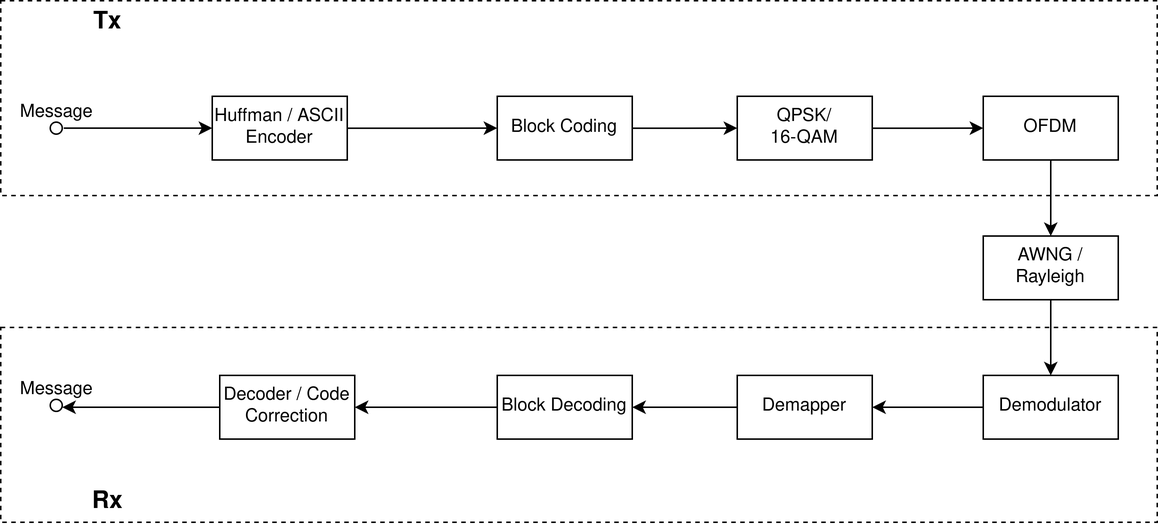
Above: report/Images/BlockDiagram.png in MartimAgostinho/TAC-Lab (draw.io), before the change. Source tidied: cells renumbered, new cells last; positions are measured from the earlier drawing's top-left corner, leaving out a move shared by most shapes.
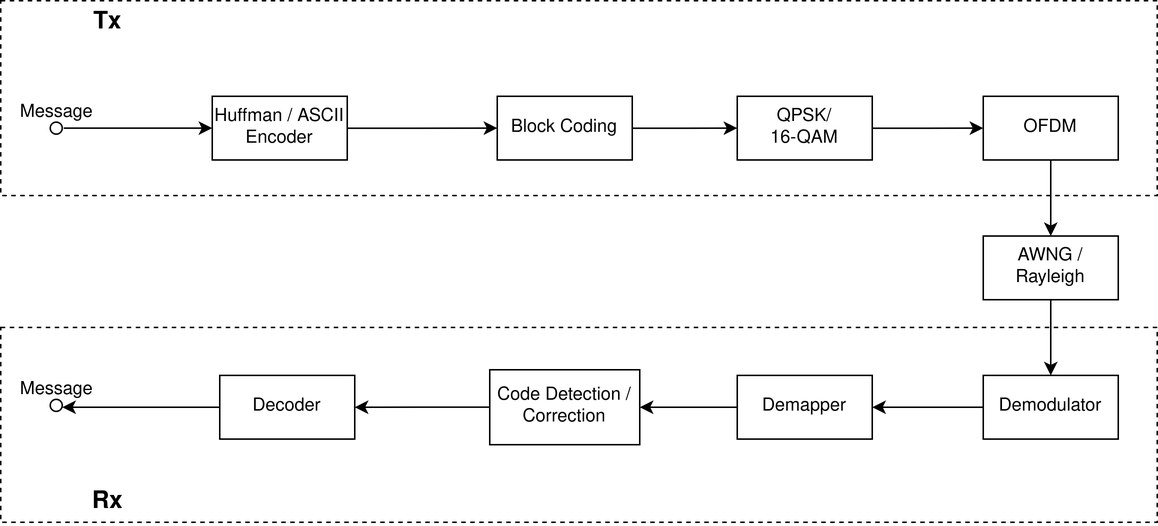
Later version of the same file.

The edit, as a diff of the source:
```diff
@@ -60,7 +60,7 @@
         <mxPoint x="41" y="271.2" as="targetPoint" />
       </mxGeometry>
     </mxCell>
-    <mxCell id="20" value="Decoder / Code Correction" style="rounded=0;whiteSpace=wrap;html=1;" parent="1" vertex="1">
+    <mxCell id="20" value="Decoder" style="rounded=0;whiteSpace=wrap;html=1;" parent="1" vertex="1">
       <mxGeometry x="146" y="250" width="90" height="42.5" as="geometry" />
     </mxCell>
     <mxCell id="21" style="verticalLabelPosition=bottom;shadow=0;dashed=0;align=center;html=1;verticalAlign=top;shape=mxgraph.electrical.logic_gates.inverting_contact;" parent="1" vertex="1">
@@ -84,8 +84,8 @@
     <mxCell id="27" style="edgeStyle=orthogonalEdgeStyle;rounded=0;jettySize=auto;html=1;" parent="1" edge="1" source="28" target="20">
       <mxGeometry relative="1" as="geometry" />
     </mxCell>
-    <mxCell id="28" value="Block Decoding" style="rounded=0;whiteSpace=wrap;html=1;" parent="1" vertex="1">
-      <mxGeometry x="331" y="250" width="90" height="42.5" as="geometry" />
+    <mxCell id="28" value="Code Detection / Correction" style="rounded=0;whiteSpace=wrap;html=1;" parent="1" vertex="1">
+      <mxGeometry x="326" y="246.2" width="100" height="50" as="geometry" />
     </mxCell>
   </root>
 </mxGraphModel>
```
